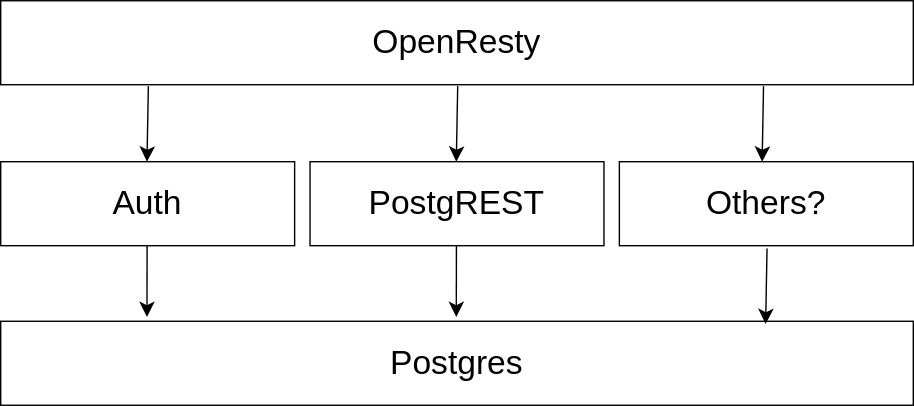
Before: architecture.svg, a diagram exported from draw.io (minibasehq/minibase). Source tidied: cells renumbered, new cells last; positions are measured from the earlier drawing's top-left corner, leaving out a move shared by most shapes.
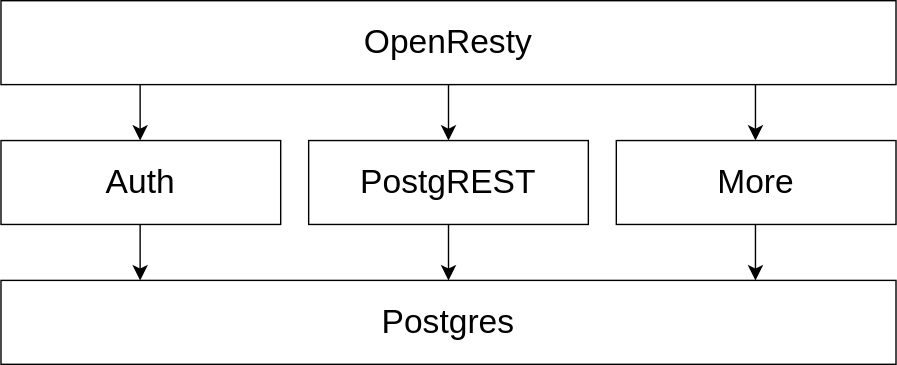
Above is the later version.

What changed in the source:
```diff
@@ -1,57 +1,69 @@
-<mxGraphModel>
+<mxGraphModel background="#ffffff">
   <root>
     <mxCell id="0" />
     <mxCell id="1" parent="0" />
+    <mxCell id="13" style="edgeStyle=none;curved=1;rounded=0;jettySize=auto;html=1;fontSize=12;startSize=8;endSize=8;" parent="1" edge="1" source="2" target="9">
+      <mxGeometry relative="1" as="geometry" />
+    </mxCell>
     <mxCell id="2" value="&lt;font style=&quot;font-size: 24px;&quot;&gt;OpenResty&lt;/font&gt;" style="rounded=0;whiteSpace=wrap;html=1;" parent="1" vertex="1">
-      <mxGeometry width="652" height="60" as="geometry" />
+      <mxGeometry x="-49" y="-13" width="640" height="60" as="geometry" />
     </mxCell>
     <mxCell id="3" style="edgeStyle=none;curved=1;rounded=0;orthogonalLoop=1;jettySize=auto;html=1;fontSize=12;startSize=8;endSize=8;entryX=0.239;entryY=0;entryDx=0;entryDy=0;entryPerimeter=0;exitX=0.639;exitY=1.05;exitDx=0;exitDy=0;exitPerimeter=0;" parent="1" edge="1">
       <mxGeometry relative="1" as="geometry">
-        <mxPoint x="104.6" y="175" as="sourcePoint" />
-        <mxPoint x="104.5" y="226" as="targetPoint" />
+        <mxPoint x="104.6" y="195" as="sourcePoint" />
+        <mxPoint x="104.5" y="246" as="targetPoint" />
       </mxGeometry>
     </mxCell>
     <mxCell id="4" value="&lt;font style=&quot;font-size: 24px;&quot;&gt;Postgres&lt;/font&gt;" style="rounded=0;whiteSpace=wrap;html=1;" parent="1" vertex="1">
-      <mxGeometry y="229" width="652" height="60" as="geometry" />
+      <mxGeometry x="-49" y="187" width="640" height="60" as="geometry" />
     </mxCell>
-    <mxCell id="5" style="edgeStyle=none;curved=1;rounded=0;orthogonalLoop=1;jettySize=auto;html=1;fontSize=12;startSize=8;endSize=8;entryX=0.239;entryY=0;entryDx=0;entryDy=0;entryPerimeter=0;" parent="1" edge="1">
-      <mxGeometry relative="1" as="geometry">
-        <mxPoint x="547.5" y="177" as="sourcePoint" />
-        <mxPoint x="546.5" y="231" as="targetPoint" />
-      </mxGeometry>
-    </mxCell>
     <mxCell id="6" style="edgeStyle=none;curved=1;rounded=0;orthogonalLoop=1;jettySize=auto;html=1;fontSize=12;startSize=8;endSize=8;entryX=0.239;entryY=0;entryDx=0;entryDy=0;entryPerimeter=0;" parent="1" edge="1">
       <mxGeometry relative="1" as="geometry">
-        <mxPoint x="545" y="61" as="sourcePoint" />
-        <mxPoint x="544" y="115" as="targetPoint" />
+        <mxPoint x="545" y="87" as="sourcePoint" />
+        <mxPoint x="544" y="141" as="targetPoint" />
       </mxGeometry>
     </mxCell>
     <mxCell id="7" style="edgeStyle=none;curved=1;rounded=0;orthogonalLoop=1;jettySize=auto;html=1;fontSize=12;startSize=8;endSize=8;entryX=0.239;entryY=0;entryDx=0;entryDy=0;entryPerimeter=0;" parent="1" edge="1">
       <mxGeometry relative="1" as="geometry">
-        <mxPoint x="105.5" y="61" as="sourcePoint" />
-        <mxPoint x="104.5" y="115" as="targetPoint" />
+        <mxPoint x="105.5" y="87" as="sourcePoint" />
+        <mxPoint x="104.5" y="141" as="targetPoint" />
       </mxGeometry>
     </mxCell>
     <mxCell id="8" value="&lt;font style=&quot;font-size: 24px;&quot;&gt;Auth&lt;/font&gt;" style="rounded=0;whiteSpace=wrap;html=1;" parent="1" vertex="1">
-      <mxGeometry y="115" width="210" height="60" as="geometry" />
+      <mxGeometry x="-49" y="87" width="200" height="60" as="geometry" />
     </mxCell>
+    <mxCell id="14" style="edgeStyle=none;curved=1;rounded=0;jettySize=auto;html=1;fontSize=12;startSize=8;endSize=8;" parent="1" edge="1" source="9" target="4">
+      <mxGeometry relative="1" as="geometry" />
+    </mxCell>
     <mxCell id="9" value="&lt;font style=&quot;font-size: 24px;&quot;&gt;PostgREST&lt;/font&gt;" style="rounded=0;whiteSpace=wrap;html=1;" parent="1" vertex="1">
-      <mxGeometry x="221" y="115" width="210" height="60" as="geometry" />
+      <mxGeometry x="171" y="87" width="200" height="60" as="geometry" />
     </mxCell>
-    <mxCell id="10" value="&lt;font style=&quot;font-size: 24px;&quot;&gt;Others?&lt;/font&gt;" style="rounded=0;whiteSpace=wrap;html=1;" parent="1" vertex="1">
-      <mxGeometry x="442" y="115" width="210" height="60" as="geometry" />
+    <mxCell id="10" value="&lt;font style=&quot;font-size: 24px;&quot;&gt;More&lt;/font&gt;" style="rounded=0;whiteSpace=wrap;html=1;" parent="1" vertex="1">
+      <mxGeometry x="391" y="87" width="200" height="60" as="geometry" />
     </mxCell>
-    <mxCell id="11" style="edgeStyle=none;curved=1;rounded=0;orthogonalLoop=1;jettySize=auto;html=1;fontSize=12;startSize=8;endSize=8;entryX=0.239;entryY=0;entryDx=0;entryDy=0;entryPerimeter=0;" parent="1" edge="1">
-      <mxGeometry relative="1" as="geometry">
-        <mxPoint x="326.5" y="61" as="sourcePoint" />
-        <mxPoint x="325.5" y="115" as="targetPoint" />
-      </mxGeometry>
-    </mxCell>
-    <mxCell id="12" style="edgeStyle=none;curved=1;rounded=0;orthogonalLoop=1;jettySize=auto;html=1;fontSize=12;startSize=8;endSize=8;entryX=0.239;entryY=0;entryDx=0;entryDy=0;entryPerimeter=0;exitX=0.639;exitY=1.05;exitDx=0;exitDy=0;exitPerimeter=0;" parent="1" edge="1">
-      <mxGeometry relative="1" as="geometry">
-        <mxPoint x="325.6" y="175" as="sourcePoint" />
-        <mxPoint x="325.5" y="226" as="targetPoint" />
-      </mxGeometry>
-    </mxCell>
+    <mxCell id="15" style="edgeStyle=none;curved=1;rounded=0;orthogonalLoop=1;jettySize=auto;html=1;fontSize=12;startSize=8;endSize=8;" parent="1" edge="1">
+      <mxGeometry relative="1" as="geometry">
+        <mxPoint x="490.5" y="147" as="sourcePoint" />
+        <mxPoint x="490.5" y="187" as="targetPoint" />
+      </mxGeometry>
+    </mxCell>
+    <mxCell id="16" style="edgeStyle=none;curved=1;rounded=0;orthogonalLoop=1;jettySize=auto;html=1;fontSize=12;startSize=8;endSize=8;" parent="1" edge="1">
+      <mxGeometry relative="1" as="geometry">
+        <mxPoint x="50.5" y="147" as="sourcePoint" />
+        <mxPoint x="50.5" y="187" as="targetPoint" />
+      </mxGeometry>
+    </mxCell>
+    <mxCell id="17" style="edgeStyle=none;curved=1;rounded=0;orthogonalLoop=1;jettySize=auto;html=1;fontSize=12;startSize=8;endSize=8;" parent="1" edge="1">
+      <mxGeometry relative="1" as="geometry">
+        <mxPoint x="50.5" y="47" as="sourcePoint" />
+        <mxPoint x="50.5" y="87" as="targetPoint" />
+      </mxGeometry>
+    </mxCell>
+    <mxCell id="18" style="edgeStyle=none;curved=1;rounded=0;orthogonalLoop=1;jettySize=auto;html=1;fontSize=12;startSize=8;endSize=8;" parent="1" edge="1">
+      <mxGeometry relative="1" as="geometry">
+        <mxPoint x="490.5" y="47" as="sourcePoint" />
+        <mxPoint x="490.5" y="87" as="targetPoint" />
+      </mxGeometry>
+    </mxCell>
   </root>
 </mxGraphModel>
```
